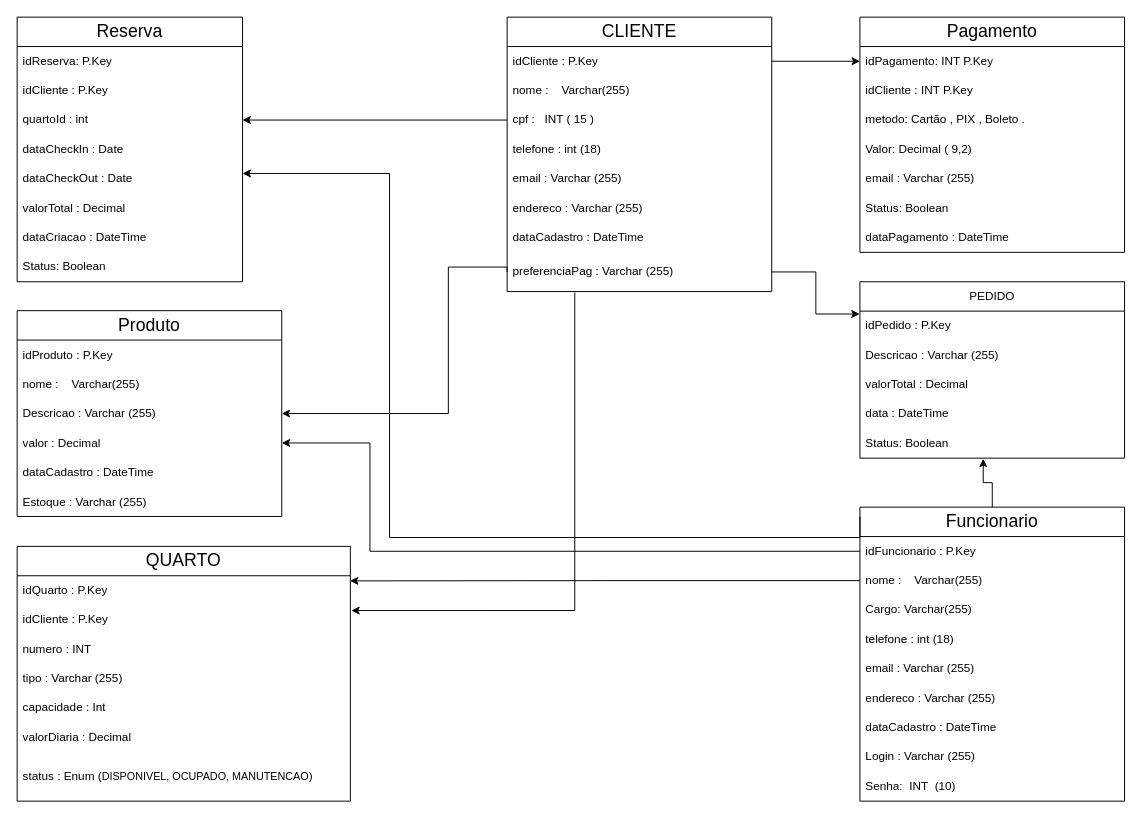
FabianoAM2025/TDS_DB keeps this draw.io diagram as Diagrama Hotel Praia.drawio. Above is the earlier version. Source tidied: cells renumbered, new cells numbered last; positions are measured from the earlier drawing's top-left corner, leaving out a move shared by most shapes. Both pictures are drawn from the tidied source at 98%, with x=0, y=0 at pixel (17, 17).
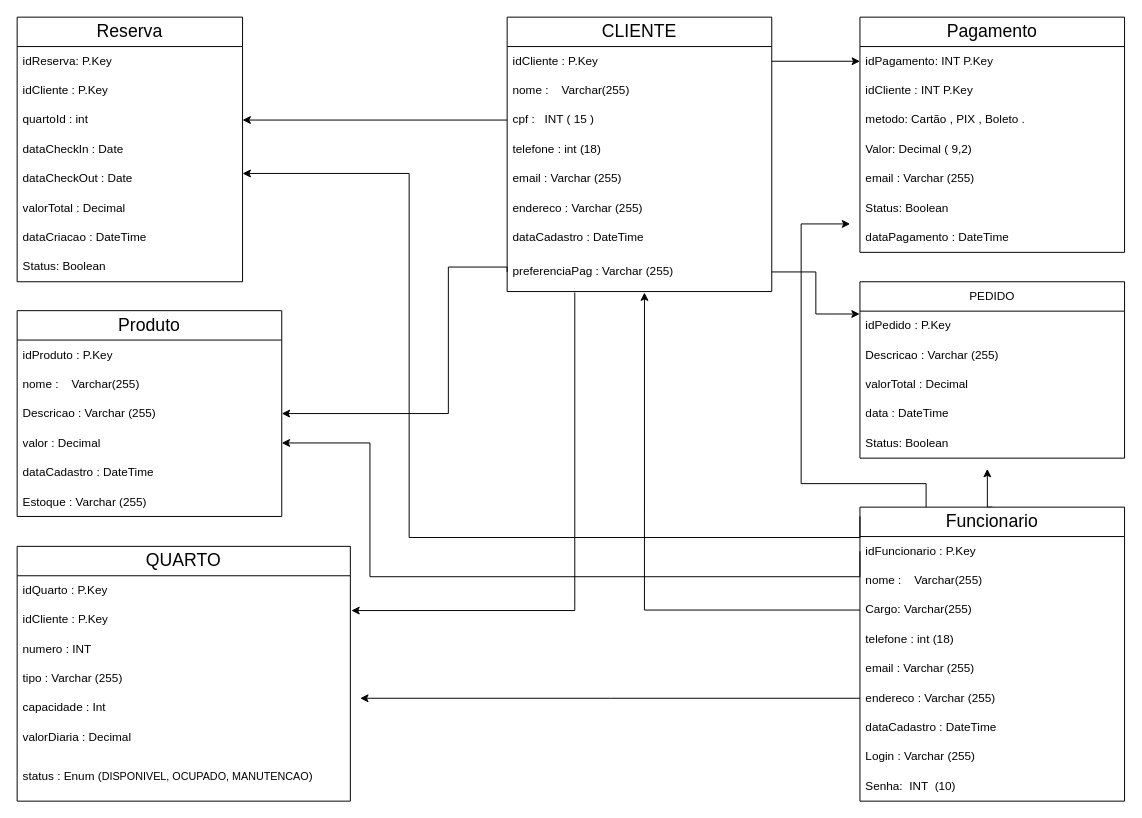
The same diagram, later.

The change refers to these unchanged cells:
```xml
<mxCell id="10" value="preferenciaPag :&amp;nbsp;Varchar (255)" style="text;strokeColor=none;fillColor=none;align=left;verticalAlign=middle;spacingLeft=4;spacingRight=4;overflow=hidden;points=[[0,0.5],[1,0.5]];portConstraint=eastwest;whiteSpace=wrap;html=1;" parent="2" vertex="1">
  <mxGeometry y="240" width="270" height="40" as="geometry" />
</mxCell>
<mxCell id="28" value="&lt;font style=&quot;font-size: 18px;&quot;&gt;Funcionario&lt;/font&gt;" style="swimlane;fontStyle=0;horizontal=1;startSize=30;whiteSpace=wrap;html=1;" parent="1" vertex="1">
  <mxGeometry x="860" y="500" width="270" height="300" as="geometry" />
</mxCell>
<mxCell id="29" value="idFuncionario : P.Key" style="text;strokeColor=none;fillColor=none;align=left;verticalAlign=middle;spacingLeft=4;spacingRight=4;overflow=hidden;points=[[0,0.5],[1,0.5]];portConstraint=eastwest;whiteSpace=wrap;html=1;" parent="28" vertex="1">
  <mxGeometry y="30" width="270" height="30" as="geometry" />
</mxCell>
<mxCell id="30" value="nome :&amp;nbsp; &amp;nbsp; Varchar(255)" style="text;strokeColor=none;fillColor=none;align=left;verticalAlign=middle;spacingLeft=4;spacingRight=4;overflow=hidden;points=[[0,0.5],[1,0.5]];portConstraint=eastwest;whiteSpace=wrap;html=1;" parent="28" vertex="1">
  <mxGeometry y="60" width="270" height="30" as="geometry" />
</mxCell>
<mxCell id="31" value="Cargo: Varchar(255)" style="text;strokeColor=none;fillColor=none;align=left;verticalAlign=middle;spacingLeft=4;spacingRight=4;overflow=hidden;points=[[0,0.5],[1,0.5]];portConstraint=eastwest;whiteSpace=wrap;html=1;" parent="28" vertex="1">
  <mxGeometry y="90" width="270" height="30" as="geometry" />
</mxCell>
<mxCell id="34" value="endereco :&amp;nbsp;Varchar (255)" style="text;strokeColor=none;fillColor=none;align=left;verticalAlign=middle;spacingLeft=4;spacingRight=4;overflow=hidden;points=[[0,0.5],[1,0.5]];portConstraint=eastwest;whiteSpace=wrap;html=1;" parent="28" vertex="1">
  <mxGeometry y="180" width="270" height="30" as="geometry" />
</mxCell>
<mxCell id="39" value="idQuarto : P.Key" style="text;strokeColor=none;fillColor=none;align=left;verticalAlign=middle;spacingLeft=4;spacingRight=4;overflow=hidden;points=[[0,0.5],[1,0.5]];portConstraint=eastwest;whiteSpace=wrap;html=1;" parent="38" vertex="1">
  <mxGeometry y="30" width="340" height="30" as="geometry" />
</mxCell>
<mxCell id="49" value="Descricao :&amp;nbsp;Varchar (255)" style="text;strokeColor=none;fillColor=none;align=left;verticalAlign=middle;spacingLeft=4;spacingRight=4;overflow=hidden;points=[[0,0.5],[1,0.5]];portConstraint=eastwest;whiteSpace=wrap;html=1;" parent="46" vertex="1">
  <mxGeometry y="90" width="270" height="30" as="geometry" />
</mxCell>
<mxCell id="50" value="valor : Decimal" style="text;strokeColor=none;fillColor=none;align=left;verticalAlign=middle;spacingLeft=4;spacingRight=4;overflow=hidden;points=[[0,0.5],[1,0.5]];portConstraint=eastwest;whiteSpace=wrap;html=1;" parent="46" vertex="1">
  <mxGeometry y="120" width="270" height="30" as="geometry" />
</mxCell>
<mxCell id="58" value="Status: Boolean" style="text;strokeColor=none;fillColor=none;align=left;verticalAlign=middle;spacingLeft=4;spacingRight=4;overflow=hidden;points=[[0,0.5],[1,0.5]];portConstraint=eastwest;whiteSpace=wrap;html=1;" parent="53" vertex="1">
  <mxGeometry y="150" width="270" height="30" as="geometry" />
</mxCell>
```

The edit, as a diff of the source:
```diff
@@
-<mxGraphModel>
+<mxGraphModel background="light-dark(#FFFFFF,#000000)">
@@
+    <mxCell id="68" style="edgeStyle=orthogonalEdgeStyle;rounded=0;jettySize=auto;html=1;exitX=0.25;exitY=0;exitDx=0;exitDy=0;" parent="1" edge="1" source="28">
+      <mxGeometry relative="1" as="geometry">
+        <mxPoint x="850" y="211" as="targetPoint" />
+        <Array as="points">
+          <mxPoint x="927" y="476" />
+          <mxPoint x="800" y="476" />
+          <mxPoint x="800" y="211" />
+          <mxPoint x="810" y="211" />
+        </Array>
+      </mxGeometry>
+    </mxCell>
+    <mxCell id="69" style="edgeStyle=orthogonalEdgeStyle;rounded=0;jettySize=auto;html=1;exitX=0.5;exitY=0;exitDx=0;exitDy=0;" parent="1" edge="1" source="28">
+      <mxGeometry relative="1" as="geometry">
+        <mxPoint x="990" y="461" as="targetPoint" />
+      </mxGeometry>
+    </mxCell>
@@
+    <mxCell id="70" style="edgeStyle=orthogonalEdgeStyle;rounded=0;jettySize=auto;html=1;" parent="28" edge="1" source="34">
+      <mxGeometry relative="1" as="geometry">
+        <mxPoint x="-510" y="195" as="targetPoint" />
+      </mxGeometry>
+    </mxCell>
@@
     <mxCell id="59" style="edgeStyle=orthogonalEdgeStyle;rounded=0;orthogonalLoop=1;jettySize=auto;html=1;entryX=1;entryY=0.5;entryDx=0;entryDy=0;exitX=0;exitY=0.5;exitDx=0;exitDy=0;" parent="1" edge="1">
       <mxGeometry relative="1" as="geometry">
         <mxPoint x="860" y="509.5" as="sourcePoint" />
         <mxPoint x="230" y="159.5" as="targetPoint" />
         <Array as="points">
           <mxPoint x="860" y="531" />
-          <mxPoint x="380" y="531" />
-          <mxPoint x="380" y="160" />
+          <mxPoint x="400" y="531" />
+          <mxPoint x="400" y="160" />
         </Array>
       </mxGeometry>
     </mxCell>
-    <mxCell id="60" style="edgeStyle=orthogonalEdgeStyle;rounded=0;jettySize=auto;html=1;entryX=0.466;entryY=1.021;entryDx=0;entryDy=0;entryPerimeter=0;" parent="1" edge="1" source="28" target="58">
-      <mxGeometry relative="1" as="geometry" />
-    </mxCell>
     <mxCell id="61" style="edgeStyle=orthogonalEdgeStyle;rounded=0;jettySize=auto;html=1;exitX=0;exitY=0.5;exitDx=0;exitDy=0;entryX=1;entryY=0.5;entryDx=0;entryDy=0;" parent="1" edge="1" source="29" target="50">
       <mxGeometry relative="1" as="geometry">
         <Array as="points">
-          <mxPoint x="360" y="545" />
+          <mxPoint x="860" y="571" />
+          <mxPoint x="360" y="571" />
           <mxPoint x="360" y="435" />
         </Array>
       </mxGeometry>
     </mxCell>
-    <mxCell id="62" style="edgeStyle=orthogonalEdgeStyle;rounded=0;jettySize=auto;html=1;exitX=0;exitY=0.5;exitDx=0;exitDy=0;entryX=0.999;entryY=0.174;entryDx=0;entryDy=0;entryPerimeter=0;" parent="1" edge="1" source="30" target="39">
-      <mxGeometry relative="1" as="geometry" />
-    </mxCell>
@@
     <mxCell id="65" style="edgeStyle=orthogonalEdgeStyle;rounded=0;jettySize=auto;html=1;exitX=0;exitY=0.5;exitDx=0;exitDy=0;entryX=1;entryY=0.5;entryDx=0;entryDy=0;" parent="1" edge="1" source="10" target="49">
       <mxGeometry relative="1" as="geometry">
         <Array as="points">
+          <mxPoint x="500" y="255" />
           <mxPoint x="440" y="255" />
-          <mxPoint x="440" y="404" />
+          <mxPoint x="440" y="405" />
         </Array>
       </mxGeometry>
     </mxCell>
@@
+    <mxCell id="71" style="edgeStyle=orthogonalEdgeStyle;rounded=0;jettySize=auto;html=1;exitX=0;exitY=0.5;exitDx=0;exitDy=0;entryX=0.519;entryY=1.025;entryDx=0;entryDy=0;entryPerimeter=0;" parent="1" edge="1" source="31" target="10">
+      <mxGeometry relative="1" as="geometry" />
+    </mxCell>
```
